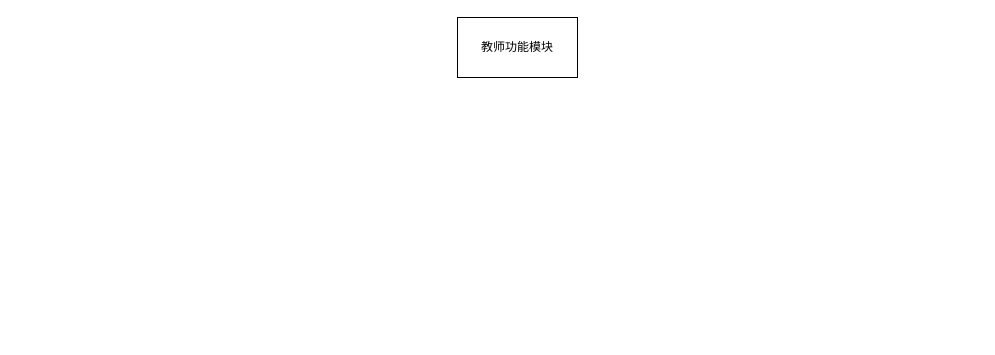
Above: 教师功能模块层次图.drawio in YuChenLiao/UML (draw.io), before the change. Source tidied: cells renumbered, new cells numbered last; positions are measured from the earlier drawing's top-left corner, leaving out a move shared by most shapes. Both pictures are drawn from the tidied source at 100%, with x=0, y=0 at pixel (457, 17).
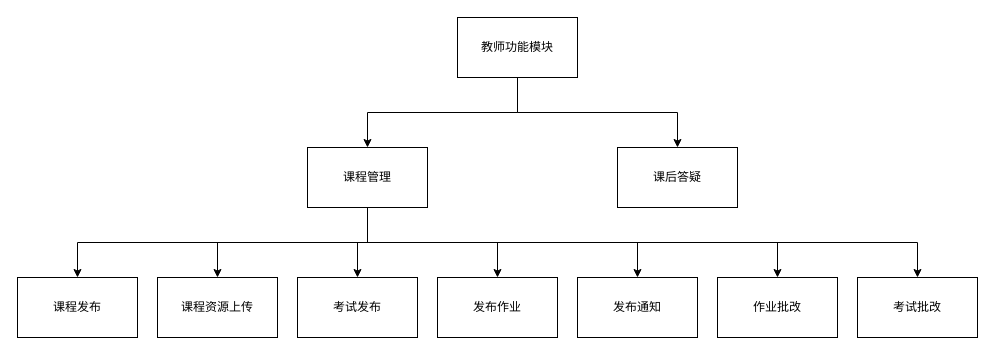
Above is the later version.

Commit message (it also covers changes not shown here):
更新教师功能模块层次图.drawio

Unchanged cells that the change refers to:
```xml
<mxCell id="2" value="教师功能模块" style="rounded=0;whiteSpace=wrap;html=1;" parent="1" vertex="1">
  <mxGeometry width="120" height="60" as="geometry" />
</mxCell>
```

Diff of the diagram source:
```diff
@@
+    <mxCell id="3" style="edgeStyle=orthogonalEdgeStyle;rounded=0;jettySize=auto;html=1;exitX=0.5;exitY=1;exitDx=0;exitDy=0;entryX=0.5;entryY=0;entryDx=0;entryDy=0;" parent="1" edge="1" source="2" target="12">
+      <mxGeometry relative="1" as="geometry" />
+    </mxCell>
+    <mxCell id="4" style="edgeStyle=orthogonalEdgeStyle;rounded=0;jettySize=auto;html=1;exitX=0.5;exitY=1;exitDx=0;exitDy=0;" parent="1" edge="1" source="2" target="13">
+      <mxGeometry relative="1" as="geometry" />
+    </mxCell>
@@
+    <mxCell id="5" style="edgeStyle=orthogonalEdgeStyle;rounded=0;jettySize=auto;html=1;exitX=0.5;exitY=1;exitDx=0;exitDy=0;entryX=0.5;entryY=0;entryDx=0;entryDy=0;" parent="1" edge="1" source="12" target="14">
+      <mxGeometry relative="1" as="geometry" />
+    </mxCell>
+    <mxCell id="6" style="edgeStyle=orthogonalEdgeStyle;rounded=0;jettySize=auto;html=1;exitX=0.5;exitY=1;exitDx=0;exitDy=0;" parent="1" edge="1" source="12" target="15">
+      <mxGeometry relative="1" as="geometry" />
+    </mxCell>
+    <mxCell id="7" style="edgeStyle=orthogonalEdgeStyle;rounded=0;jettySize=auto;html=1;exitX=0.5;exitY=1;exitDx=0;exitDy=0;entryX=0.5;entryY=0;entryDx=0;entryDy=0;" parent="1" edge="1" source="12" target="16">
+      <mxGeometry relative="1" as="geometry" />
+    </mxCell>
+    <mxCell id="8" style="edgeStyle=orthogonalEdgeStyle;rounded=0;jettySize=auto;html=1;exitX=0.5;exitY=1;exitDx=0;exitDy=0;entryX=0.5;entryY=0;entryDx=0;entryDy=0;" parent="1" edge="1" source="12" target="17">
+      <mxGeometry relative="1" as="geometry" />
+    </mxCell>
+    <mxCell id="9" style="edgeStyle=orthogonalEdgeStyle;rounded=0;jettySize=auto;html=1;exitX=0.5;exitY=1;exitDx=0;exitDy=0;entryX=0.5;entryY=0;entryDx=0;entryDy=0;" parent="1" edge="1" source="12" target="18">
+      <mxGeometry relative="1" as="geometry" />
+    </mxCell>
+    <mxCell id="10" style="edgeStyle=orthogonalEdgeStyle;rounded=0;jettySize=auto;html=1;exitX=0.5;exitY=1;exitDx=0;exitDy=0;entryX=0.5;entryY=0;entryDx=0;entryDy=0;" parent="1" edge="1" source="12" target="19">
+      <mxGeometry relative="1" as="geometry" />
+    </mxCell>
+    <mxCell id="11" style="edgeStyle=orthogonalEdgeStyle;rounded=0;jettySize=auto;html=1;exitX=0.5;exitY=1;exitDx=0;exitDy=0;" parent="1" edge="1" source="12" target="20">
+      <mxGeometry relative="1" as="geometry" />
+    </mxCell>
+    <mxCell id="12" value="课程管理" style="rounded=0;whiteSpace=wrap;html=1;" parent="1" vertex="1">
+      <mxGeometry x="-150" y="130" width="120" height="60" as="geometry" />
+    </mxCell>
+    <mxCell id="13" value="课后答疑" style="rounded=0;whiteSpace=wrap;html=1;" parent="1" vertex="1">
+      <mxGeometry x="160" y="130" width="120" height="60" as="geometry" />
+    </mxCell>
+    <mxCell id="14" value="课程发布" style="rounded=0;whiteSpace=wrap;html=1;" parent="1" vertex="1">
+      <mxGeometry x="-440" y="260" width="120" height="60" as="geometry" />
+    </mxCell>
+    <mxCell id="15" value="课程资源上传" style="rounded=0;whiteSpace=wrap;html=1;" parent="1" vertex="1">
+      <mxGeometry x="-300" y="260" width="120" height="60" as="geometry" />
+    </mxCell>
+    <mxCell id="16" value="考试发布" style="rounded=0;whiteSpace=wrap;html=1;" parent="1" vertex="1">
+      <mxGeometry x="-160" y="260" width="120" height="60" as="geometry" />
+    </mxCell>
+    <mxCell id="17" value="发布作业" style="rounded=0;whiteSpace=wrap;html=1;" parent="1" vertex="1">
+      <mxGeometry x="-20" y="260" width="120" height="60" as="geometry" />
+    </mxCell>
+    <mxCell id="18" value="发布通知" style="rounded=0;whiteSpace=wrap;html=1;" parent="1" vertex="1">
+      <mxGeometry x="120" y="260" width="120" height="60" as="geometry" />
+    </mxCell>
+    <mxCell id="19" value="作业批改" style="rounded=0;whiteSpace=wrap;html=1;" parent="1" vertex="1">
+      <mxGeometry x="260" y="260" width="120" height="60" as="geometry" />
+    </mxCell>
+    <mxCell id="20" value="考试批改" style="rounded=0;whiteSpace=wrap;html=1;" parent="1" vertex="1">
+      <mxGeometry x="400" y="260" width="120" height="60" as="geometry" />
+    </mxCell>
```
